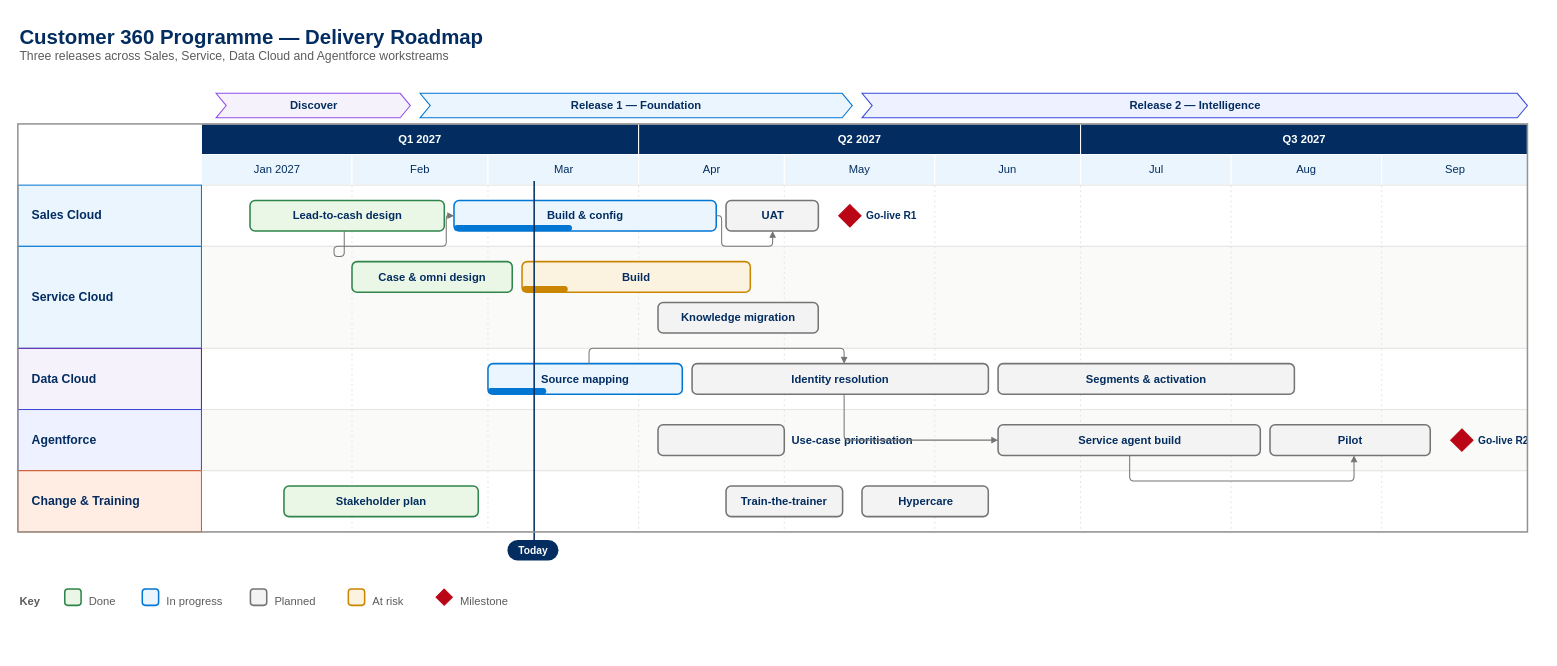
This is examples/roadmap.drawio from abhishakec/archistry, a draw.io file, before an edit. Source tidied: cells renumbered, new cells numbered last; positions are measured from the earlier drawing's top-left corner, leaving out a move shared by most shapes. Both pictures are drawn from the tidied source at 102%, with x=0, y=0 at pixel (17, 17).
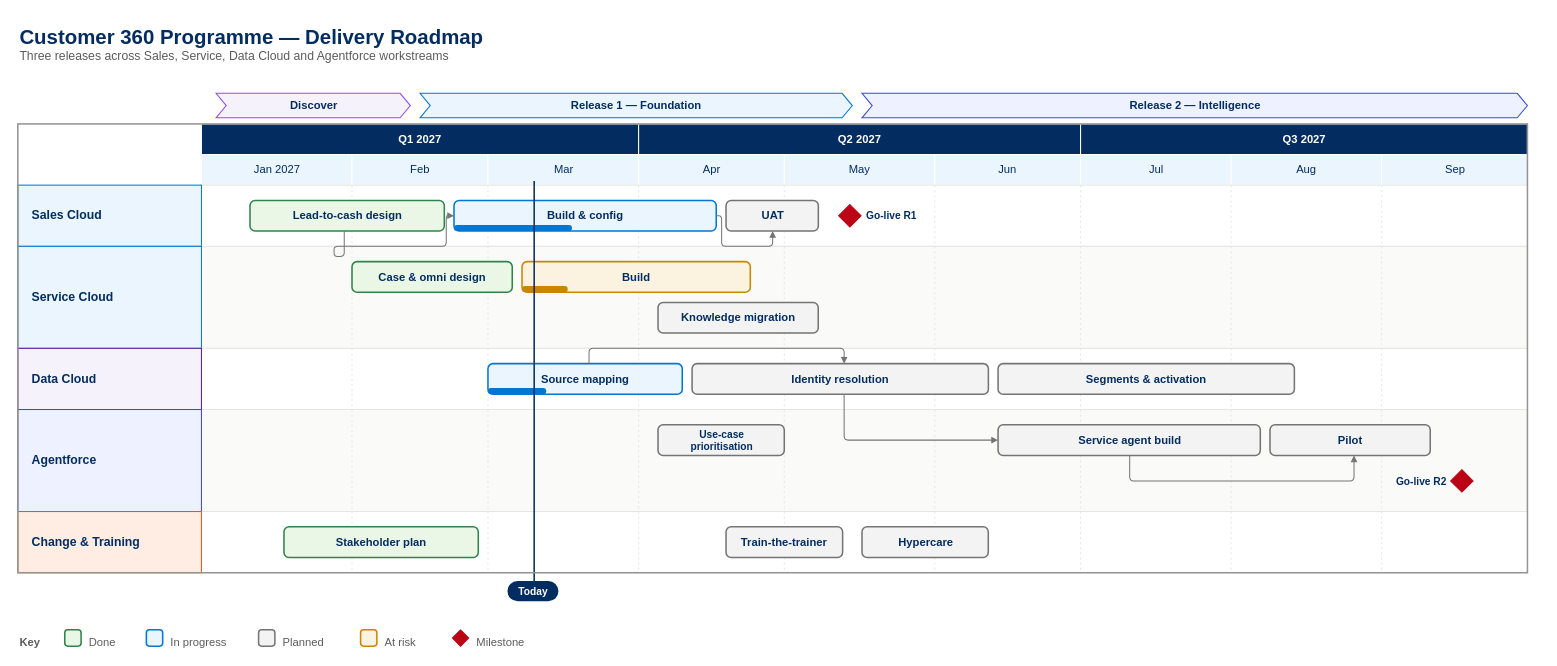
After the change.

Change to the diagram source:
```diff
@@
     <mxCell id="20" style="html=1;whiteSpace=wrap;fillColor=#fafaf9;strokeColor=#e5e5e5;" parent="1" vertex="1">
-      <mxGeometry x="180" y="384" width="1300" height="60" as="geometry" />
+      <mxGeometry x="180" y="384" width="1300" height="100" as="geometry" />
     </mxCell>
     <mxCell id="21" value="&lt;b&gt;Agentforce&lt;/b&gt;" style="html=1;whiteSpace=wrap;fillColor=#eef1ff;strokeColor=#3a49da;fontColor=#032d60;fontSize=12;align=left;spacingLeft=12;spacingRight=6;" parent="1" vertex="1">
-      <mxGeometry y="384" width="180" height="60" as="geometry" />
+      <mxGeometry y="384" width="180" height="100" as="geometry" />
     </mxCell>
     <mxCell id="22" style="html=1;whiteSpace=wrap;fillColor=#ffffff;strokeColor=#e5e5e5;" parent="1" vertex="1">
-      <mxGeometry x="180" y="444" width="1300" height="60" as="geometry" />
+      <mxGeometry x="180" y="484" width="1300" height="60" as="geometry" />
     </mxCell>
     <mxCell id="23" value="&lt;b&gt;Change &amp;amp; Training&lt;/b&gt;" style="html=1;whiteSpace=wrap;fillColor=#ffece3;strokeColor=#dd5a1b;fontColor=#032d60;fontSize=12;align=left;spacingLeft=12;spacingRight=6;" parent="1" vertex="1">
-      <mxGeometry y="444" width="180" height="60" as="geometry" />
+      <mxGeometry y="484" width="180" height="60" as="geometry" />
     </mxCell>
     <mxCell id="24" style="html=1;rounded=0;strokeColor=#e5e5e5;strokeWidth=1;fontSize=11;fontColor=#032d60;endArrow=none;endFill=1;endSize=6;dashed=1;dashPattern=2 3;" parent="1" edge="1">
       <mxGeometry relative="1" as="geometry">
         <mxPoint x="327.6" y="164" as="sourcePoint" />
-        <mxPoint x="327.6" y="504" as="targetPoint" />
+        <mxPoint x="327.6" y="544" as="targetPoint" />
       </mxGeometry>
     </mxCell>
     <mxCell id="25" style="html=1;rounded=0;strokeColor=#e5e5e5;strokeWidth=1;fontSize=11;fontColor=#032d60;endArrow=none;endFill=1;endSize=6;dashed=1;dashPattern=2 3;" parent="1" edge="1">
       <mxGeometry relative="1" as="geometry">
         <mxPoint x="460.9" y="164" as="sourcePoint" />
-        <mxPoint x="460.9" y="504" as="targetPoint" />
+        <mxPoint x="460.9" y="544" as="targetPoint" />
       </mxGeometry>
     </mxCell>
     <mxCell id="26" style="html=1;rounded=0;strokeColor=#e5e5e5;strokeWidth=1;fontSize=11;fontColor=#032d60;endArrow=none;endFill=1;endSize=6;dashed=1;dashPattern=2 3;" parent="1" edge="1">
       <mxGeometry relative="1" as="geometry">
         <mxPoint x="608.6" y="164" as="sourcePoint" />
-        <mxPoint x="608.6" y="504" as="targetPoint" />
+        <mxPoint x="608.6" y="544" as="targetPoint" />
       </mxGeometry>
     </mxCell>
     <mxCell id="27" style="html=1;rounded=0;strokeColor=#e5e5e5;strokeWidth=1;fontSize=11;fontColor=#032d60;endArrow=none;endFill=1;endSize=6;dashed=1;dashPattern=2 3;" parent="1" edge="1">
       <mxGeometry relative="1" as="geometry">
         <mxPoint x="751.4" y="164" as="sourcePoint" />
-        <mxPoint x="751.4" y="504" as="targetPoint" />
+        <mxPoint x="751.4" y="544" as="targetPoint" />
       </mxGeometry>
     </mxCell>
     <mxCell id="28" style="html=1;rounded=0;strokeColor=#e5e5e5;strokeWidth=1;fontSize=11;fontColor=#032d60;endArrow=none;endFill=1;endSize=6;dashed=1;dashPattern=2 3;" parent="1" edge="1">
       <mxGeometry relative="1" as="geometry">
         <mxPoint x="899" y="164" as="sourcePoint" />
-        <mxPoint x="899" y="504" as="targetPoint" />
+        <mxPoint x="899" y="544" as="targetPoint" />
       </mxGeometry>
     </mxCell>
     <mxCell id="29" style="html=1;rounded=0;strokeColor=#e5e5e5;strokeWidth=1;fontSize=11;fontColor=#032d60;endArrow=none;endFill=1;endSize=6;dashed=1;dashPattern=2 3;" parent="1" edge="1">
       <mxGeometry relative="1" as="geometry">
         <mxPoint x="1041.9" y="164" as="sourcePoint" />
-        <mxPoint x="1041.9" y="504" as="targetPoint" />
+        <mxPoint x="1041.9" y="544" as="targetPoint" />
       </mxGeometry>
     </mxCell>
     <mxCell id="30" style="html=1;rounded=0;strokeColor=#e5e5e5;strokeWidth=1;fontSize=11;fontColor=#032d60;endArrow=none;endFill=1;endSize=6;dashed=1;dashPattern=2 3;" parent="1" edge="1">
       <mxGeometry relative="1" as="geometry">
         <mxPoint x="1189.5" y="164" as="sourcePoint" />
-        <mxPoint x="1189.5" y="504" as="targetPoint" />
+        <mxPoint x="1189.5" y="544" as="targetPoint" />
       </mxGeometry>
     </mxCell>
     <mxCell id="31" style="html=1;rounded=0;strokeColor=#e5e5e5;strokeWidth=1;fontSize=11;fontColor=#032d60;endArrow=none;endFill=1;endSize=6;dashed=1;dashPattern=2 3;" parent="1" edge="1">
       <mxGeometry relative="1" as="geometry">
         <mxPoint x="1337.1" y="164" as="sourcePoint" />
-        <mxPoint x="1337.1" y="504" as="targetPoint" />
+        <mxPoint x="1337.1" y="544" as="targetPoint" />
       </mxGeometry>
     </mxCell>
@@
-    <mxCell id="46" style="html=1;rounded=1;arcSize=10;absoluteArcSize=1;fillColor=#f3f3f3;strokeColor=#747474;strokeWidth=1.5;fontColor=#032d60;fontSize=11;" parent="1" vertex="1">
+    <mxCell id="46" value="&lt;b&gt;Use-case&lt;br&gt;prioritisation&lt;/b&gt;" style="html=1;rounded=1;arcSize=10;absoluteArcSize=1;fillColor=#f3f3f3;strokeColor=#747474;strokeWidth=1.5;fontColor=#032d60;fontSize=10;spacing=0;" parent="1" vertex="1">
       <mxGeometry x="627.6" y="399" width="123.8" height="30" as="geometry" />
     </mxCell>
-    <mxCell id="47" value="&lt;b&gt;Use-case prioritisation&lt;/b&gt;" style="html=1;text;strokeColor=none;fillColor=none;align=left;verticalAlign=middle;fontColor=#032d60;fontSize=11;" parent="1" vertex="1">
-      <mxGeometry x="757.4" y="399" width="130.6" height="30" as="geometry" />
-    </mxCell>
@@
     <mxCell id="50" style="html=1;whiteSpace=wrap;rhombus;fillColor=#ba0517;strokeColor=#ba0517;" parent="1" vertex="1">
-      <mxGeometry x="1404.7" y="403" width="22" height="22" as="geometry" />
+      <mxGeometry x="1404.7" y="443" width="22" height="22" as="geometry" />
     </mxCell>
-    <mxCell id="51" value="&lt;b&gt;Go-live R2&lt;/b&gt;" style="html=1;text;strokeColor=none;fillColor=none;align=left;verticalAlign=middle;fontColor=#032d60;fontSize=10;" parent="1" vertex="1">
-      <mxGeometry x="1429.7" y="399" width="61.5" height="30" as="geometry" />
-    </mxCell>
+    <mxCell id="47" value="&lt;b&gt;Go-live R2&lt;/b&gt;" style="html=1;text;strokeColor=none;fillColor=none;align=right;verticalAlign=middle;fontColor=#032d60;fontSize=10;" parent="1" vertex="1">
+      <mxGeometry x="1340.2" y="439" width="61.5" height="30" as="geometry" />
+    </mxCell>
     <mxCell id="52" value="&lt;b&gt;Stakeholder plan&lt;/b&gt;" style="html=1;rounded=1;arcSize=10;absoluteArcSize=1;fillColor=#ebf7e6;strokeColor=#2e844a;strokeWidth=1.5;fontColor=#032d60;fontSize=11;" parent="1" vertex="1">
-      <mxGeometry x="260.9" y="459" width="190.5" height="30" as="geometry" />
+      <mxGeometry x="260.9" y="499" width="190.5" height="30" as="geometry" />
     </mxCell>
     <mxCell id="53" value="&lt;b&gt;Train-the-trainer&lt;/b&gt;" style="html=1;rounded=1;arcSize=10;absoluteArcSize=1;fillColor=#f3f3f3;strokeColor=#747474;strokeWidth=1.5;fontColor=#032d60;fontSize=11;" parent="1" vertex="1">
-      <mxGeometry x="694.3" y="459" width="114.3" height="30" as="geometry" />
+      <mxGeometry x="694.3" y="499" width="114.3" height="30" as="geometry" />
     </mxCell>
     <mxCell id="54" value="&lt;b&gt;Hypercare&lt;/b&gt;" style="html=1;rounded=1;arcSize=10;absoluteArcSize=1;fillColor=#f3f3f3;strokeColor=#747474;strokeWidth=1.5;fontColor=#032d60;fontSize=11;" parent="1" vertex="1">
-      <mxGeometry x="827.6" y="459" width="123.8" height="30" as="geometry" />
+      <mxGeometry x="827.6" y="499" width="123.8" height="30" as="geometry" />
     </mxCell>
@@
     <mxCell id="58" style="html=1;rounded=0;strokeColor=#032d60;strokeWidth=1.5;fontSize=11;fontColor=#032d60;endArrow=none;endFill=1;endSize=6;dashed=0;dashPattern=5 4;" parent="1" edge="1">
       <mxGeometry relative="1" as="geometry">
         <mxPoint x="506.2" y="160" as="sourcePoint" />
-        <mxPoint x="506.2" y="512" as="targetPoint" />
+        <mxPoint x="506.2" y="552" as="targetPoint" />
       </mxGeometry>
     </mxCell>
     <mxCell id="59" value="&lt;b&gt;Today&lt;/b&gt;" style="html=1;rounded=1;arcSize=20;absoluteArcSize=1;fillColor=#032d60;strokeColor=none;fontColor=#ffffff;fontSize=10;" parent="1" vertex="1">
-      <mxGeometry x="480" y="512" width="50" height="20" as="geometry" />
+      <mxGeometry x="480" y="552" width="50" height="20" as="geometry" />
     </mxCell>
@@
     <mxCell id="65" style="html=1;whiteSpace=wrap;fillColor=none;strokeColor=#969492;strokeWidth=1.5;" parent="1" vertex="1">
-      <mxGeometry y="104" width="1480" height="400" as="geometry" />
+      <mxGeometry y="104" width="1480" height="440" as="geometry" />
     </mxCell>
+    <mxCell id="51" value="&lt;b&gt;&lt;font style=&quot;font-size:20px&quot;&gt;Customer 360 Programme — Delivery Roadmap&lt;/font&gt;&lt;/b&gt;&lt;br&gt;&lt;font style=&quot;font-size:12px&quot; color=&quot;#5c5c5c&quot;&gt;Three releases across Sales, Service, Data Cloud and Agentforce workstreams&lt;/font&gt;" style="html=1;whiteSpace=wrap;text;strokeColor=none;fillColor=none;align=left;verticalAlign=top;fontColor=#032d60;fontSize=12;" parent="1" vertex="1">
+      <mxGeometry width="1480" height="62" as="geometry" />
+    </mxCell>
-    <mxCell id="66" value="&lt;b&gt;&lt;font style=&quot;font-size:20px&quot;&gt;Customer 360 Programme — Delivery Roadmap&lt;/font&gt;&lt;/b&gt;&lt;br&gt;&lt;font style=&quot;font-size:12px&quot; color=&quot;#5c5c5c&quot;&gt;Three releases across Sales, Service, Data Cloud and Agentforce workstreams&lt;/font&gt;" style="html=1;whiteSpace=wrap;text;strokeColor=none;fillColor=none;align=left;verticalAlign=top;fontColor=#032d60;fontSize=12;" parent="1" vertex="1">
-      <mxGeometry width="1491.2" height="62" as="geometry" />
+    <mxCell id="66" value="&lt;b&gt;Key&lt;/b&gt;" style="html=1;whiteSpace=wrap;text;strokeColor=none;fillColor=none;align=left;verticalAlign=top;fontColor=#5c5c5c;fontSize=11;" parent="1" vertex="1">
+      <mxGeometry y="599" width="44" height="18" as="geometry" />
     </mxCell>
+    <mxCell id="68" style="html=1;rounded=1;arcSize=6;absoluteArcSize=1;fontSize=9;fontStyle=1;fillColor=#ebf7e6;strokeColor=#2e844a;strokeWidth=1.5;" parent="1" vertex="1">
+      <mxGeometry x="46" y="600" width="16" height="16" as="geometry" />
+    </mxCell>
-    <mxCell id="67" value="&lt;b&gt;Key&lt;/b&gt;" style="html=1;whiteSpace=wrap;text;strokeColor=none;fillColor=none;align=left;verticalAlign=top;fontColor=#5c5c5c;fontSize=11;" parent="1" vertex="1">
-      <mxGeometry y="559" width="44" height="18" as="geometry" />
+    <mxCell id="67" value="Done" style="html=1;text;strokeColor=none;fillColor=none;align=left;verticalAlign=top;fontColor=#5c5c5c;fontSize=11;" parent="1" vertex="1">
+      <mxGeometry x="68" y="599" width="40" height="18" as="geometry" />
     </mxCell>
-    <mxCell id="68" style="html=1;rounded=1;arcSize=6;absoluteArcSize=1;fontSize=9;fontStyle=1;fillColor=#ebf7e6;strokeColor=#2e844a;strokeWidth=1.5;" parent="1" vertex="1">
-      <mxGeometry x="46" y="560" width="16" height="16" as="geometry" />
-    </mxCell>
+    <mxCell id="70" style="html=1;rounded=1;arcSize=6;absoluteArcSize=1;fontSize=9;fontStyle=1;fillColor=#eaf5fe;strokeColor=#0176d3;strokeWidth=1.5;" parent="1" vertex="1">
+      <mxGeometry x="126" y="600" width="16" height="16" as="geometry" />
+    </mxCell>
-    <mxCell id="69" value="Done" style="html=1;text;strokeColor=none;fillColor=none;align=left;verticalAlign=top;fontColor=#5c5c5c;fontSize=11;" parent="1" vertex="1">
-      <mxGeometry x="68" y="559" width="40" height="18" as="geometry" />
+    <mxCell id="69" value="In progress" style="html=1;text;strokeColor=none;fillColor=none;align=left;verticalAlign=top;fontColor=#5c5c5c;fontSize=11;" parent="1" vertex="1">
+      <mxGeometry x="148" y="599" width="70" height="18" as="geometry" />
     </mxCell>
-    <mxCell id="70" style="html=1;rounded=1;arcSize=6;absoluteArcSize=1;fontSize=9;fontStyle=1;fillColor=#eaf5fe;strokeColor=#0176d3;strokeWidth=1.5;" parent="1" vertex="1">
-      <mxGeometry x="122" y="560" width="16" height="16" as="geometry" />
-    </mxCell>
+    <mxCell id="72" style="html=1;rounded=1;arcSize=6;absoluteArcSize=1;fontSize=9;fontStyle=1;fillColor=#f3f3f3;strokeColor=#747474;strokeWidth=1.5;" parent="1" vertex="1">
+      <mxGeometry x="236" y="600" width="16" height="16" as="geometry" />
+    </mxCell>
-    <mxCell id="71" value="In progress" style="html=1;text;strokeColor=none;fillColor=none;align=left;verticalAlign=top;fontColor=#5c5c5c;fontSize=11;" parent="1" vertex="1">
-      <mxGeometry x="144" y="559" width="70" height="18" as="geometry" />
+    <mxCell id="71" value="Planned" style="html=1;text;strokeColor=none;fillColor=none;align=left;verticalAlign=top;fontColor=#5c5c5c;fontSize=11;" parent="1" vertex="1">
+      <mxGeometry x="258" y="599" width="60" height="18" as="geometry" />
     </mxCell>
-    <mxCell id="72" style="html=1;rounded=1;arcSize=6;absoluteArcSize=1;fontSize=9;fontStyle=1;fillColor=#f3f3f3;strokeColor=#747474;strokeWidth=1.5;" parent="1" vertex="1">
-      <mxGeometry x="228" y="560" width="16" height="16" as="geometry" />
-    </mxCell>
+    <mxCell id="74" style="html=1;rounded=1;arcSize=6;absoluteArcSize=1;fontSize=9;fontStyle=1;fillColor=#fbf3e0;strokeColor=#ca8501;strokeWidth=1.5;" parent="1" vertex="1">
+      <mxGeometry x="336" y="600" width="16" height="16" as="geometry" />
+    </mxCell>
-    <mxCell id="73" value="Planned" style="html=1;text;strokeColor=none;fillColor=none;align=left;verticalAlign=top;fontColor=#5c5c5c;fontSize=11;" parent="1" vertex="1">
-      <mxGeometry x="250" y="559" width="60" height="18" as="geometry" />
+    <mxCell id="73" value="At risk" style="html=1;text;strokeColor=none;fillColor=none;align=left;verticalAlign=top;fontColor=#5c5c5c;fontSize=11;" parent="1" vertex="1">
+      <mxGeometry x="358" y="599" width="50" height="18" as="geometry" />
     </mxCell>
-    <mxCell id="74" style="html=1;rounded=1;arcSize=6;absoluteArcSize=1;fontSize=9;fontStyle=1;fillColor=#fbf3e0;strokeColor=#ca8501;strokeWidth=1.5;" parent="1" vertex="1">
-      <mxGeometry x="324" y="560" width="16" height="16" as="geometry" />
-    </mxCell>
+    <mxCell id="76" style="html=1;rounded=0;arcSize=6;absoluteArcSize=1;fontSize=9;fontStyle=1;rhombus;fillColor=#ba0517;strokeColor=#ba0517;" parent="1" vertex="1">
+      <mxGeometry x="426" y="600" width="16" height="16" as="geometry" />
+    </mxCell>
-    <mxCell id="75" value="At risk" style="html=1;text;strokeColor=none;fillColor=none;align=left;verticalAlign=top;fontColor=#5c5c5c;fontSize=11;" parent="1" vertex="1">
-      <mxGeometry x="346" y="559" width="50" height="18" as="geometry" />
+    <mxCell id="75" value="Milestone" style="html=1;text;strokeColor=none;fillColor=none;align=left;verticalAlign=top;fontColor=#5c5c5c;fontSize=11;" parent="1" vertex="1">
+      <mxGeometry x="448" y="599" width="60" height="18" as="geometry" />
     </mxCell>
-    <mxCell id="76" style="html=1;rounded=0;arcSize=6;absoluteArcSize=1;fontSize=9;fontStyle=1;rhombus;fillColor=#ba0517;strokeColor=#ba0517;" parent="1" vertex="1">
-      <mxGeometry x="410" y="560" width="16" height="16" as="geometry" />
-    </mxCell>
-    <mxCell id="77" value="Milestone" style="html=1;text;strokeColor=none;fillColor=none;align=left;verticalAlign=top;fontColor=#5c5c5c;fontSize=11;" parent="1" vertex="1">
-      <mxGeometry x="432" y="559" width="60" height="18" as="geometry" />
-    </mxCell>
```
